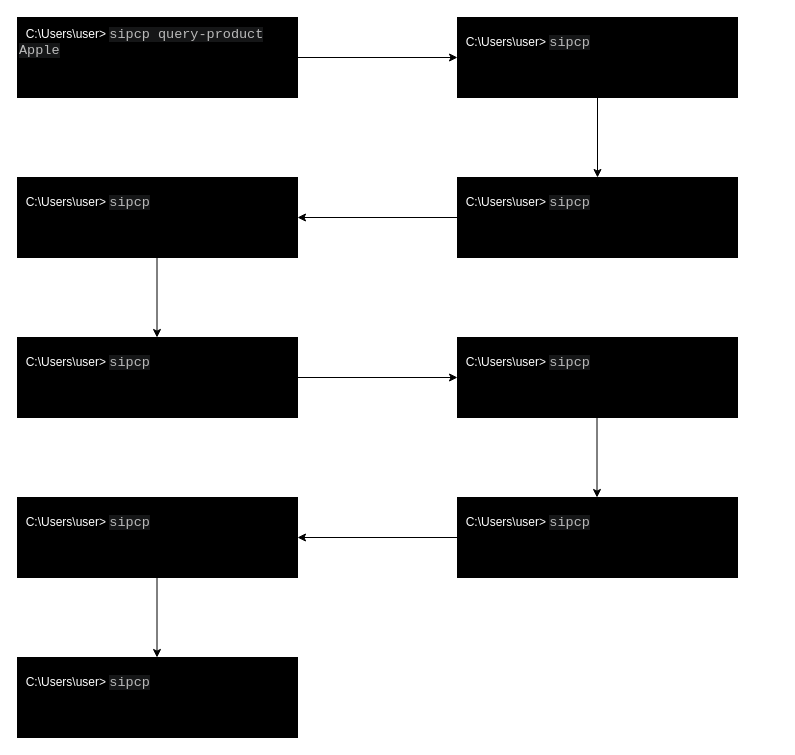
federicotorrielli/yapo keeps this draw.io diagram as Documenti/Images/cli.drawio. Above is the earlier version. Source tidied: cells renumbered, new cells numbered last; positions are measured from the earlier drawing's top-left corner, leaving out a move shared by most shapes. Both pictures are drawn from the tidied source at 100%, with x=0, y=0 at pixel (17, 17).
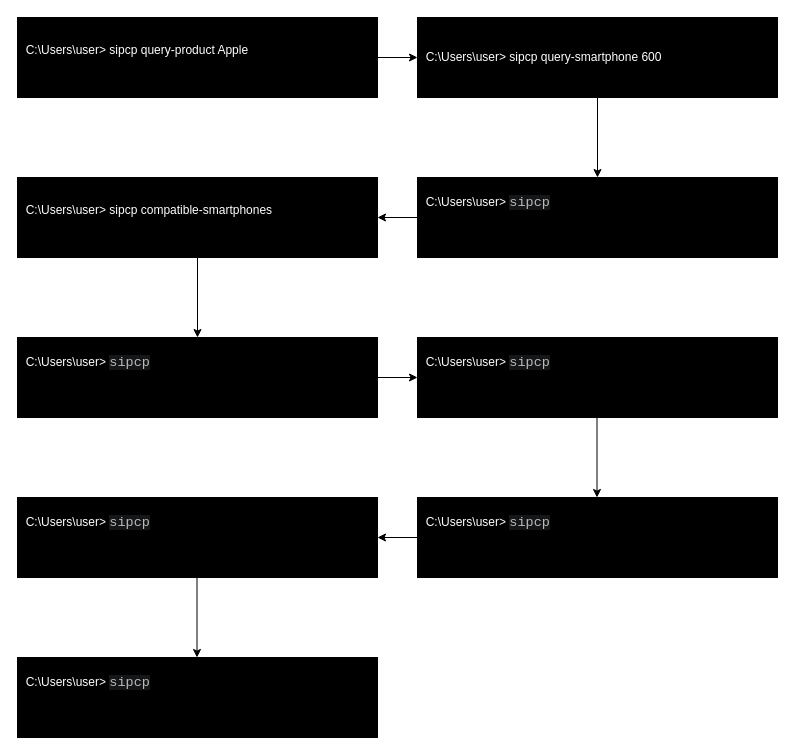
The same page after the edit.

Commit message:
cli img

What changed in the source:
```diff
@@
-    <mxCell id="2" value="&amp;nbsp; C:\Users\user&amp;gt;&amp;nbsp;&lt;span style=&quot;color: rgb(187 , 187 , 187) ; font-family: &amp;#34;jetbrains mono&amp;#34; , &amp;#34;consolas&amp;#34; , &amp;#34;liberation mono&amp;#34; , &amp;#34;menlo&amp;#34; , &amp;#34;courier&amp;#34; , monospace ; font-size: 13.5px ; background-color: rgba(212 , 222 , 231 , 0.098)&quot;&gt;sipcp query-product Apple&lt;/span&gt;&lt;br&gt;&lt;br&gt;&lt;br&gt;" style="rounded=0;whiteSpace=wrap;html=1;fillColor=#000000;fontColor=#FFFFFF;align=left;" parent="1" vertex="1">
-      <mxGeometry width="280" height="80" as="geometry" />
+    <mxCell id="2" value="&amp;nbsp; C:\Users\user&amp;gt;&amp;nbsp;sipcp query-product Apple&amp;nbsp;&lt;br&gt;&lt;br&gt;" style="rounded=0;whiteSpace=wrap;html=1;fillColor=#000000;fontColor=#FFFFFF;align=left;" parent="1" vertex="1">
+      <mxGeometry width="360" height="80" as="geometry" />
     </mxCell>
-    <mxCell id="3" value="&amp;nbsp; C:\Users\user&amp;gt; &lt;font color=&quot;#bbbbbb&quot; face=&quot;jetbrains mono, consolas, liberation mono, menlo, courier, monospace&quot;&gt;&lt;span style=&quot;font-size: 13.5px ; background-color: rgba(212 , 222 , 231 , 0.098)&quot;&gt;sipcp&lt;/span&gt;&lt;/font&gt;&lt;br&gt;&lt;br&gt;&lt;br&gt;" style="rounded=0;whiteSpace=wrap;html=1;fillColor=#000000;fontColor=#FFFFFF;align=left;" parent="1" vertex="1">
-      <mxGeometry x="440" width="280" height="80" as="geometry" />
+    <mxCell id="3" value="&amp;nbsp; C:\Users\user&amp;gt;&amp;nbsp;sipcp query-smartphone 600&lt;br&gt;" style="rounded=0;whiteSpace=wrap;html=1;fillColor=#000000;fontColor=#FFFFFF;align=left;" parent="1" vertex="1">
+      <mxGeometry x="400" width="360" height="80" as="geometry" />
     </mxCell>
@@
-    <mxCell id="5" style="endArrow=classic;html=1;fontColor=#FFFFFF;exitX=0.5;exitY=1;exitDx=0;exitDy=0;" parent="1" edge="1" source="3">
-      <mxGeometry relative="1" as="geometry">
-        <mxPoint x="580" y="160" as="targetPoint" />
-      </mxGeometry>
+    <mxCell id="5" style="endArrow=classic;html=1;fontColor=#FFFFFF;exitX=0.5;exitY=1;exitDx=0;exitDy=0;entryX=0.5;entryY=0;entryDx=0;entryDy=0;" parent="1" edge="1" source="3" target="6">
+      <mxGeometry relative="1" as="geometry" />
     </mxCell>
     <mxCell id="6" value="&amp;nbsp; C:\Users\user&amp;gt;&amp;nbsp;&lt;span style=&quot;color: rgb(187 , 187 , 187) ; font-family: &amp;#34;jetbrains mono&amp;#34; , &amp;#34;consolas&amp;#34; , &amp;#34;liberation mono&amp;#34; , &amp;#34;menlo&amp;#34; , &amp;#34;courier&amp;#34; , monospace ; font-size: 13.5px ; background-color: rgba(212 , 222 , 231 , 0.098)&quot;&gt;sipcp&lt;/span&gt;&lt;br&gt;&lt;br&gt;&lt;br&gt;" style="rounded=0;whiteSpace=wrap;html=1;fillColor=#000000;fontColor=#FFFFFF;align=left;" parent="1" vertex="1">
-      <mxGeometry x="440" y="160" width="280" height="80" as="geometry" />
+      <mxGeometry x="400" y="160" width="360" height="80" as="geometry" />
     </mxCell>
-    <mxCell id="7" value="&amp;nbsp; C:\Users\user&amp;gt;&amp;nbsp;&lt;span style=&quot;color: rgb(187 , 187 , 187) ; font-family: &amp;#34;jetbrains mono&amp;#34; , &amp;#34;consolas&amp;#34; , &amp;#34;liberation mono&amp;#34; , &amp;#34;menlo&amp;#34; , &amp;#34;courier&amp;#34; , monospace ; font-size: 13.5px ; background-color: rgba(212 , 222 , 231 , 0.098)&quot;&gt;sipcp&lt;/span&gt;&lt;br&gt;&lt;br&gt;&lt;br&gt;" style="rounded=0;whiteSpace=wrap;html=1;fillColor=#000000;fontColor=#FFFFFF;align=left;" parent="1" vertex="1">
-      <mxGeometry y="160" width="280" height="80" as="geometry" />
+    <mxCell id="7" value="&amp;nbsp; C:\Users\user&amp;gt;&amp;nbsp;sipcp compatible-smartphones&lt;br&gt;&lt;br&gt;" style="rounded=0;whiteSpace=wrap;html=1;fillColor=#000000;fontColor=#FFFFFF;align=left;" parent="1" vertex="1">
+      <mxGeometry y="160" width="360" height="80" as="geometry" />
     </mxCell>
@@
-    <mxCell id="9" style="endArrow=classic;html=1;fontColor=#FFFFFF;exitX=0.5;exitY=1;exitDx=0;exitDy=0;" parent="1" edge="1">
-      <mxGeometry relative="1" as="geometry">
-        <mxPoint x="139.5" y="240" as="sourcePoint" />
-        <mxPoint x="139.5" y="320" as="targetPoint" />
-      </mxGeometry>
+    <mxCell id="9" style="endArrow=classic;html=1;fontColor=#FFFFFF;exitX=0.5;exitY=1;exitDx=0;exitDy=0;entryX=0.5;entryY=0;entryDx=0;entryDy=0;" parent="1" edge="1" source="7" target="10">
+      <mxGeometry relative="1" as="geometry" />
     </mxCell>
     <mxCell id="10" value="&amp;nbsp; C:\Users\user&amp;gt;&amp;nbsp;&lt;span style=&quot;color: rgb(187 , 187 , 187) ; font-family: &amp;#34;jetbrains mono&amp;#34; , &amp;#34;consolas&amp;#34; , &amp;#34;liberation mono&amp;#34; , &amp;#34;menlo&amp;#34; , &amp;#34;courier&amp;#34; , monospace ; font-size: 13.5px ; background-color: rgba(212 , 222 , 231 , 0.098)&quot;&gt;sipcp&lt;/span&gt;&lt;br&gt;&lt;br&gt;&lt;br&gt;" style="rounded=0;whiteSpace=wrap;html=1;fillColor=#000000;fontColor=#FFFFFF;align=left;" parent="1" vertex="1">
-      <mxGeometry y="320" width="280" height="80" as="geometry" />
+      <mxGeometry y="320" width="360" height="80" as="geometry" />
     </mxCell>
     <mxCell id="11" value="&amp;nbsp; C:\Users\user&amp;gt;&amp;nbsp;&lt;span style=&quot;color: rgb(187 , 187 , 187) ; font-family: &amp;#34;jetbrains mono&amp;#34; , &amp;#34;consolas&amp;#34; , &amp;#34;liberation mono&amp;#34; , &amp;#34;menlo&amp;#34; , &amp;#34;courier&amp;#34; , monospace ; font-size: 13.5px ; background-color: rgba(212 , 222 , 231 , 0.098)&quot;&gt;sipcp&lt;/span&gt;&lt;br&gt;&lt;br&gt;&lt;br&gt;" style="rounded=0;whiteSpace=wrap;html=1;fillColor=#000000;fontColor=#FFFFFF;align=left;" parent="1" vertex="1">
-      <mxGeometry x="440" y="320" width="280" height="80" as="geometry" />
+      <mxGeometry x="400" y="320" width="360" height="80" as="geometry" />
     </mxCell>
@@
     <mxCell id="13" value="&amp;nbsp; C:\Users\user&amp;gt;&amp;nbsp;&lt;span style=&quot;color: rgb(187 , 187 , 187) ; font-family: &amp;#34;jetbrains mono&amp;#34; , &amp;#34;consolas&amp;#34; , &amp;#34;liberation mono&amp;#34; , &amp;#34;menlo&amp;#34; , &amp;#34;courier&amp;#34; , monospace ; font-size: 13.5px ; background-color: rgba(212 , 222 , 231 , 0.098)&quot;&gt;sipcp&lt;/span&gt;&lt;br&gt;&lt;br&gt;&lt;br&gt;" style="rounded=0;whiteSpace=wrap;html=1;fillColor=#000000;fontColor=#FFFFFF;align=left;" parent="1" vertex="1">
-      <mxGeometry x="440" y="480" width="280" height="80" as="geometry" />
+      <mxGeometry x="400" y="480" width="360" height="80" as="geometry" />
     </mxCell>
     <mxCell id="14" value="&amp;nbsp; C:\Users\user&amp;gt;&amp;nbsp;&lt;span style=&quot;color: rgb(187 , 187 , 187) ; font-family: &amp;#34;jetbrains mono&amp;#34; , &amp;#34;consolas&amp;#34; , &amp;#34;liberation mono&amp;#34; , &amp;#34;menlo&amp;#34; , &amp;#34;courier&amp;#34; , monospace ; font-size: 13.5px ; background-color: rgba(212 , 222 , 231 , 0.098)&quot;&gt;sipcp&lt;/span&gt;&lt;br&gt;&lt;br&gt;&lt;br&gt;" style="rounded=0;whiteSpace=wrap;html=1;fillColor=#000000;fontColor=#FFFFFF;align=left;" parent="1" vertex="1">
-      <mxGeometry y="480" width="280" height="80" as="geometry" />
+      <mxGeometry y="480" width="360" height="80" as="geometry" />
     </mxCell>
@@
     <mxCell id="16" style="endArrow=classic;html=1;fontColor=#FFFFFF;exitX=0.5;exitY=1;exitDx=0;exitDy=0;" parent="1" edge="1">
       <mxGeometry relative="1" as="geometry">
-        <mxPoint x="139.5" y="560" as="sourcePoint" />
-        <mxPoint x="139.5" y="640" as="targetPoint" />
+        <mxPoint x="179.5" y="560" as="sourcePoint" />
+        <mxPoint x="179.5" y="640" as="targetPoint" />
       </mxGeometry>
     </mxCell>
     <mxCell id="17" value="&amp;nbsp; C:\Users\user&amp;gt;&amp;nbsp;&lt;span style=&quot;color: rgb(187 , 187 , 187) ; font-family: &amp;#34;jetbrains mono&amp;#34; , &amp;#34;consolas&amp;#34; , &amp;#34;liberation mono&amp;#34; , &amp;#34;menlo&amp;#34; , &amp;#34;courier&amp;#34; , monospace ; font-size: 13.5px ; background-color: rgba(212 , 222 , 231 , 0.098)&quot;&gt;sipcp&lt;/span&gt;&lt;br&gt;&lt;br&gt;&lt;br&gt;" style="rounded=0;whiteSpace=wrap;html=1;fillColor=#000000;fontColor=#FFFFFF;align=left;" parent="1" vertex="1">
-      <mxGeometry y="640" width="280" height="80" as="geometry" />
+      <mxGeometry y="640" width="360" height="80" as="geometry" />
     </mxCell>
```
